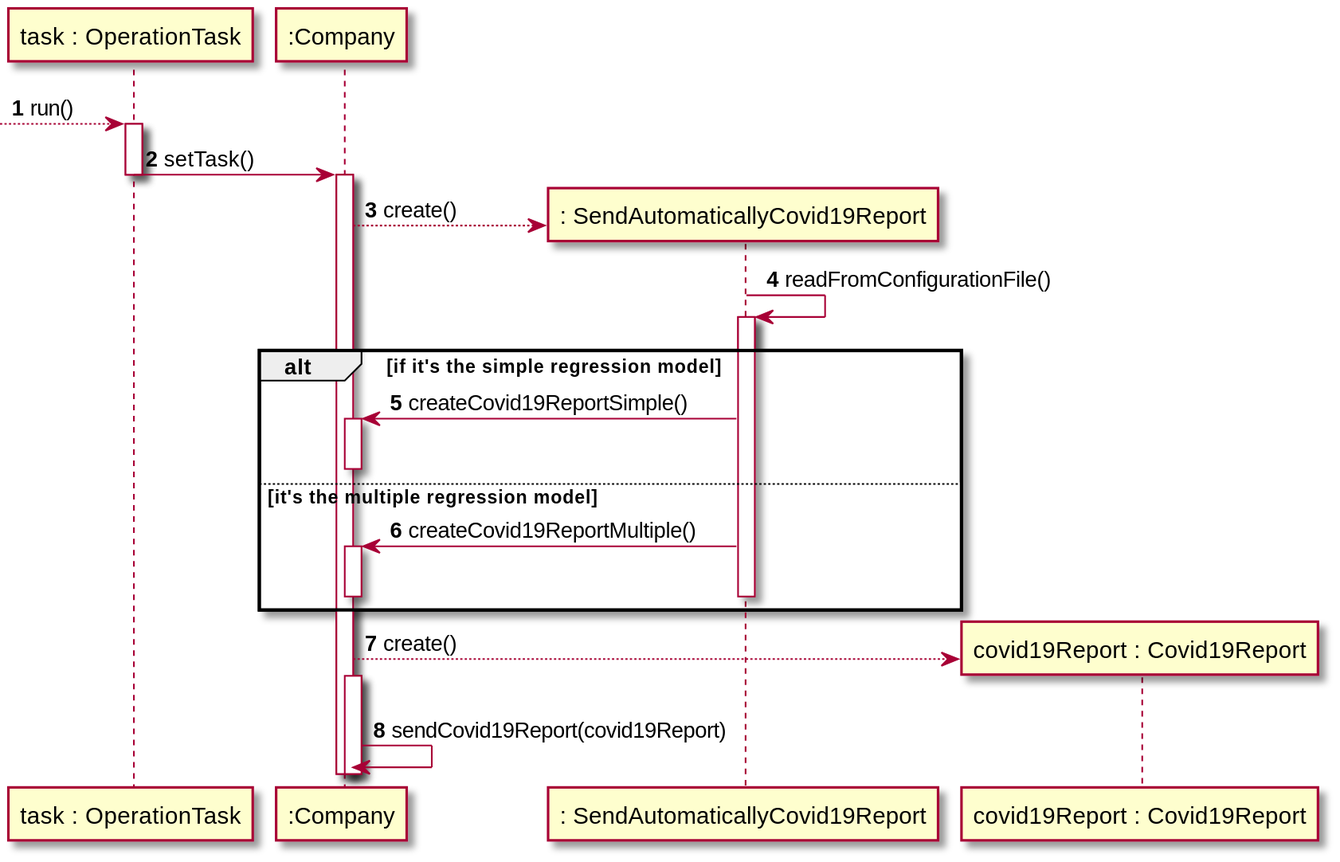
The PlantUML diagram docs/SprintD/US19/SD_Run.svg in manu-07-ela/LAPR2_ISEP, before a commit.
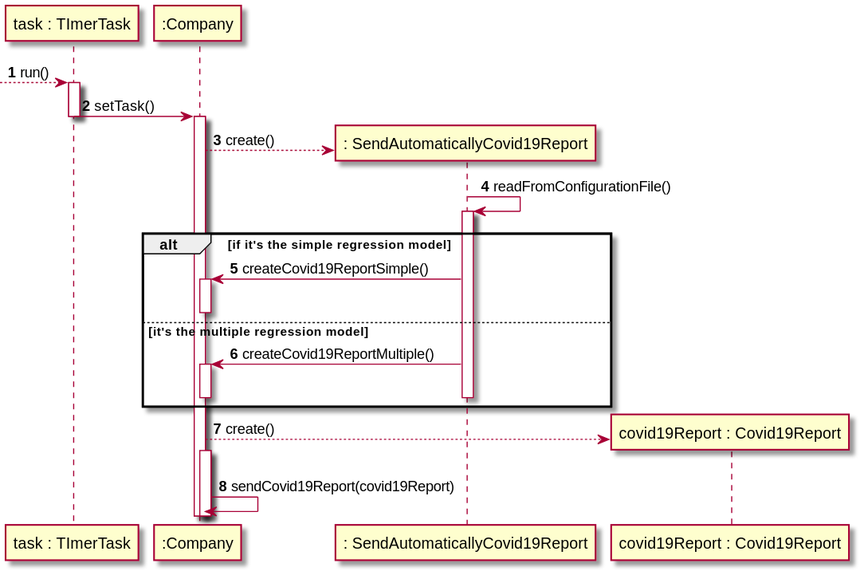
After the commit.

The edit, as a diff of the source:
```diff
@@ -2,7 +2,7 @@
 
 autonumber
 
-participant "task : OperationTask" as Task
+participant "task : TImerTask" as Task
 participant ":Company" as Comp
 
 
```
